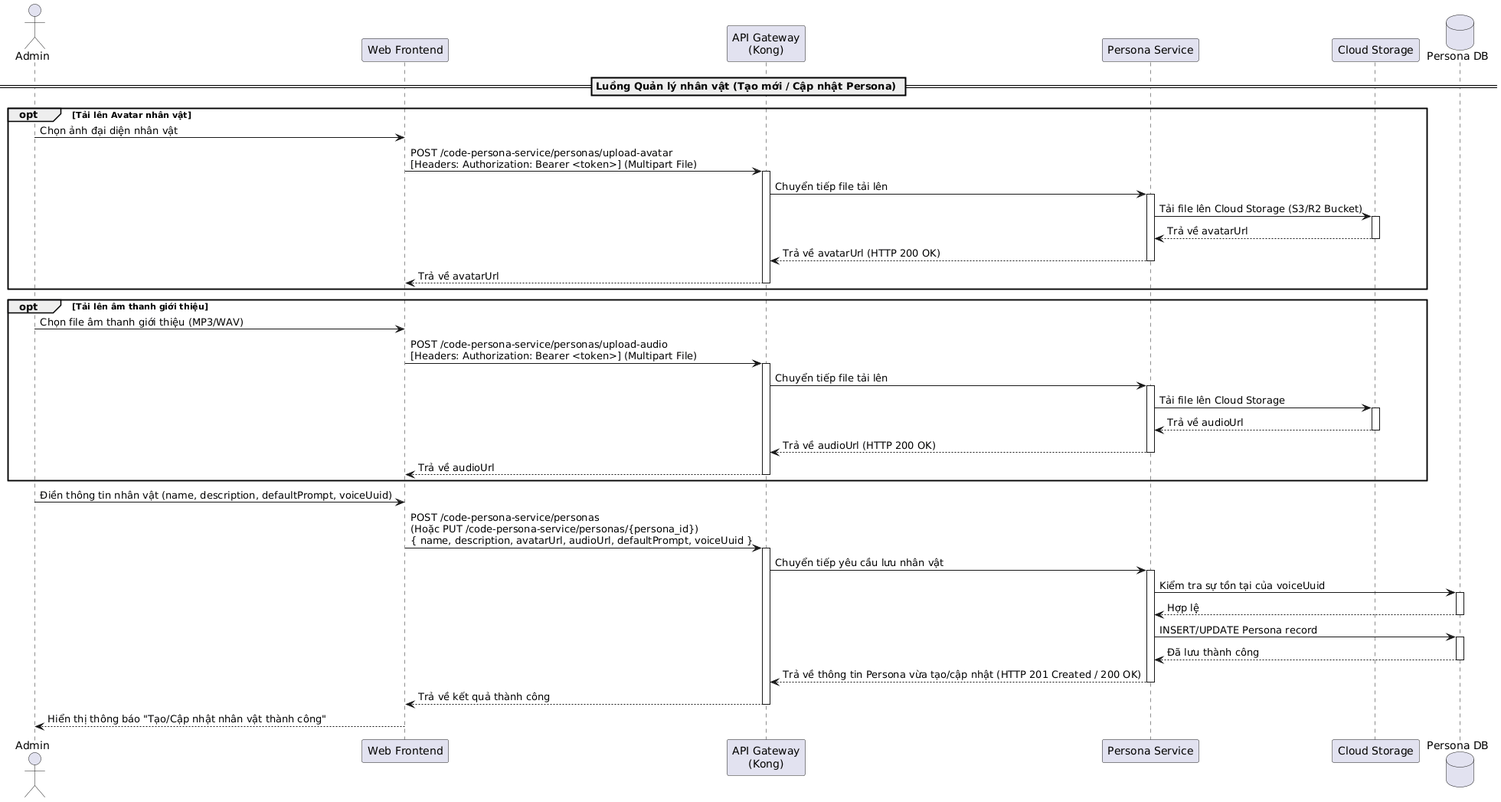
Above: temp/05-sequence/UML-Sequence-22.png in 20206205Tech/docs-uml (PlantUML), before the change.
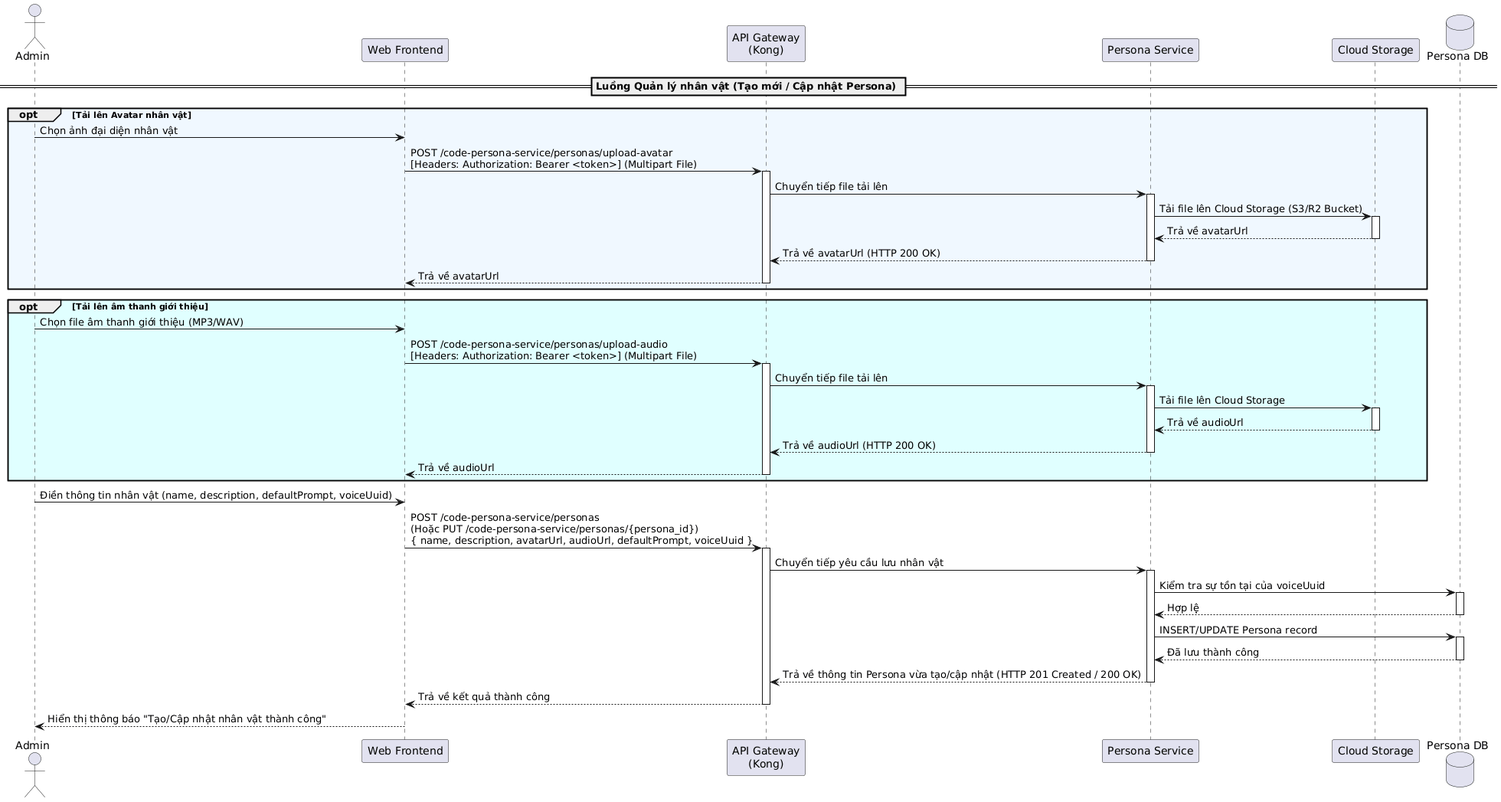
After the change.

Diff of the diagram source:
```diff
@@ -7,7 +7,7 @@
 database "Persona DB" as DB
 
 == Luồng Quản lý nhân vật (Tạo mới / Cập nhật Persona) ==
-opt Tải lên Avatar nhân vật
+opt #AliceBlue Tải lên Avatar nhân vật
     Admin -> Frontend: Chọn ảnh đại diện nhân vật
     Frontend -> Kong: POST /code-persona-service/personas/upload-avatar\n[Headers: Authorization: Bearer <token>] (Multipart File)
     activate Kong
@@ -23,7 +23,7 @@
     deactivate Kong
 end
 
-opt Tải lên âm thanh giới thiệu
+opt #LightCyan Tải lên âm thanh giới thiệu
     Admin -> Frontend: Chọn file âm thanh giới thiệu (MP3/WAV)
     Frontend -> Kong: POST /code-persona-service/personas/upload-audio\n[Headers: Authorization: Bearer <token>] (Multipart File)
     activate Kong
```
